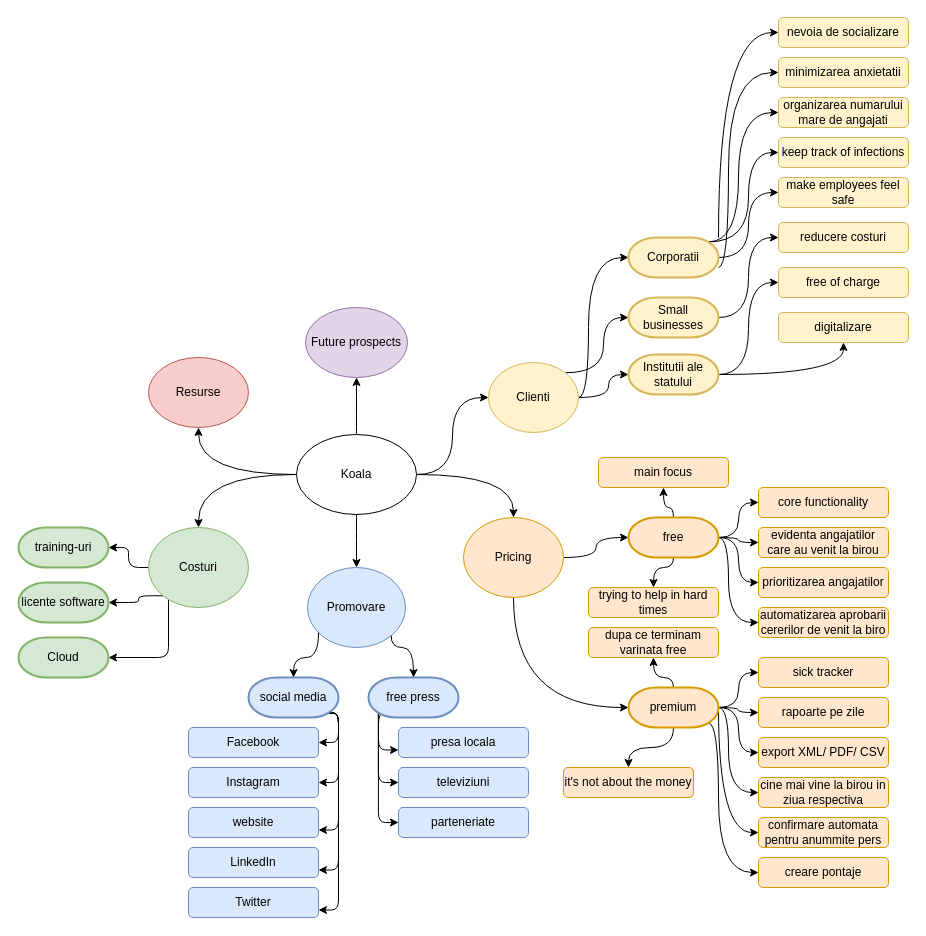
Above: Koala mind map.drawio in dariusmunteanu/Diagrams (draw.io), before the change. Source tidied: cells renumbered, new cells numbered last; positions are measured from the earlier drawing's top-left corner, leaving out a move shared by most shapes. Both pictures are drawn from the tidied source at 100%, with x=0, y=0 at pixel (18, 17).
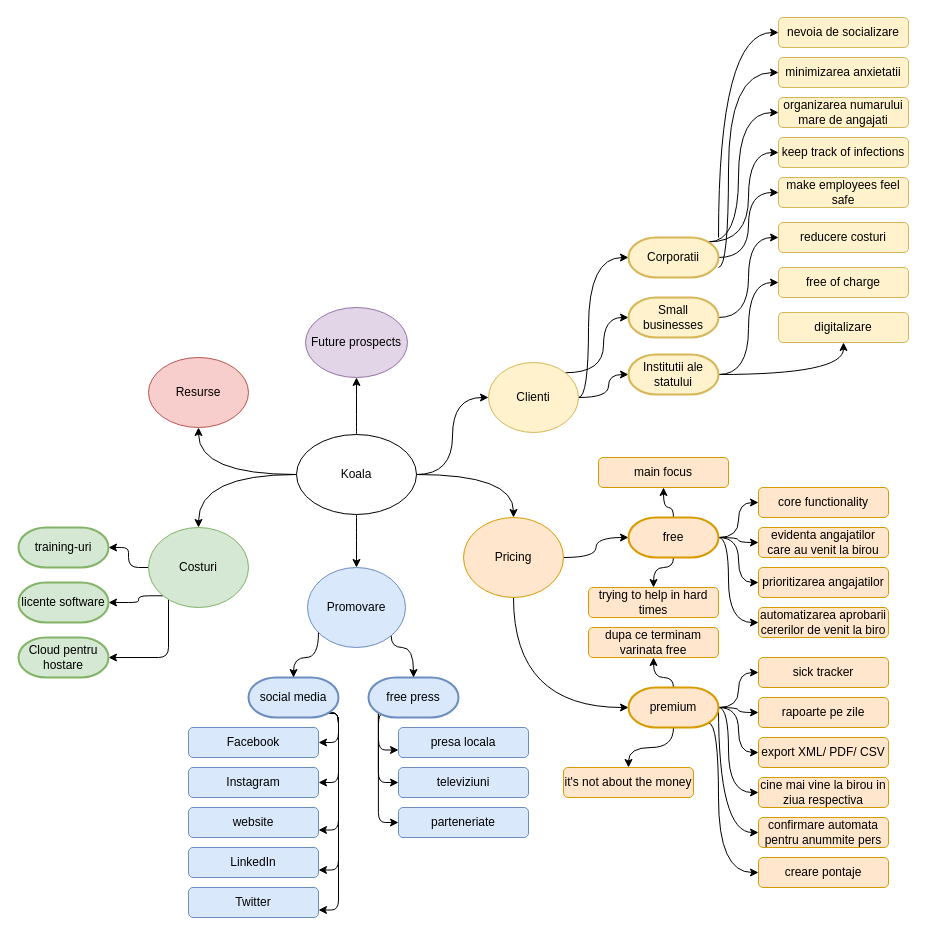
Above is the later version.

What changed in the source:
```diff
@@
-    <mxCell id="95" value="Cloud" style="strokeWidth=2;html=1;shape=mxgraph.flowchart.terminator;whiteSpace=wrap;fillColor=#d5e8d4;strokeColor=#82b366;" parent="1" vertex="1">
+    <mxCell id="95" value="Cloud pentru hostare" style="strokeWidth=2;html=1;shape=mxgraph.flowchart.terminator;whiteSpace=wrap;fillColor=#d5e8d4;strokeColor=#82b366;" parent="1" vertex="1">
       <mxGeometry y="620" width="90" height="40" as="geometry" />
     </mxCell>
```
